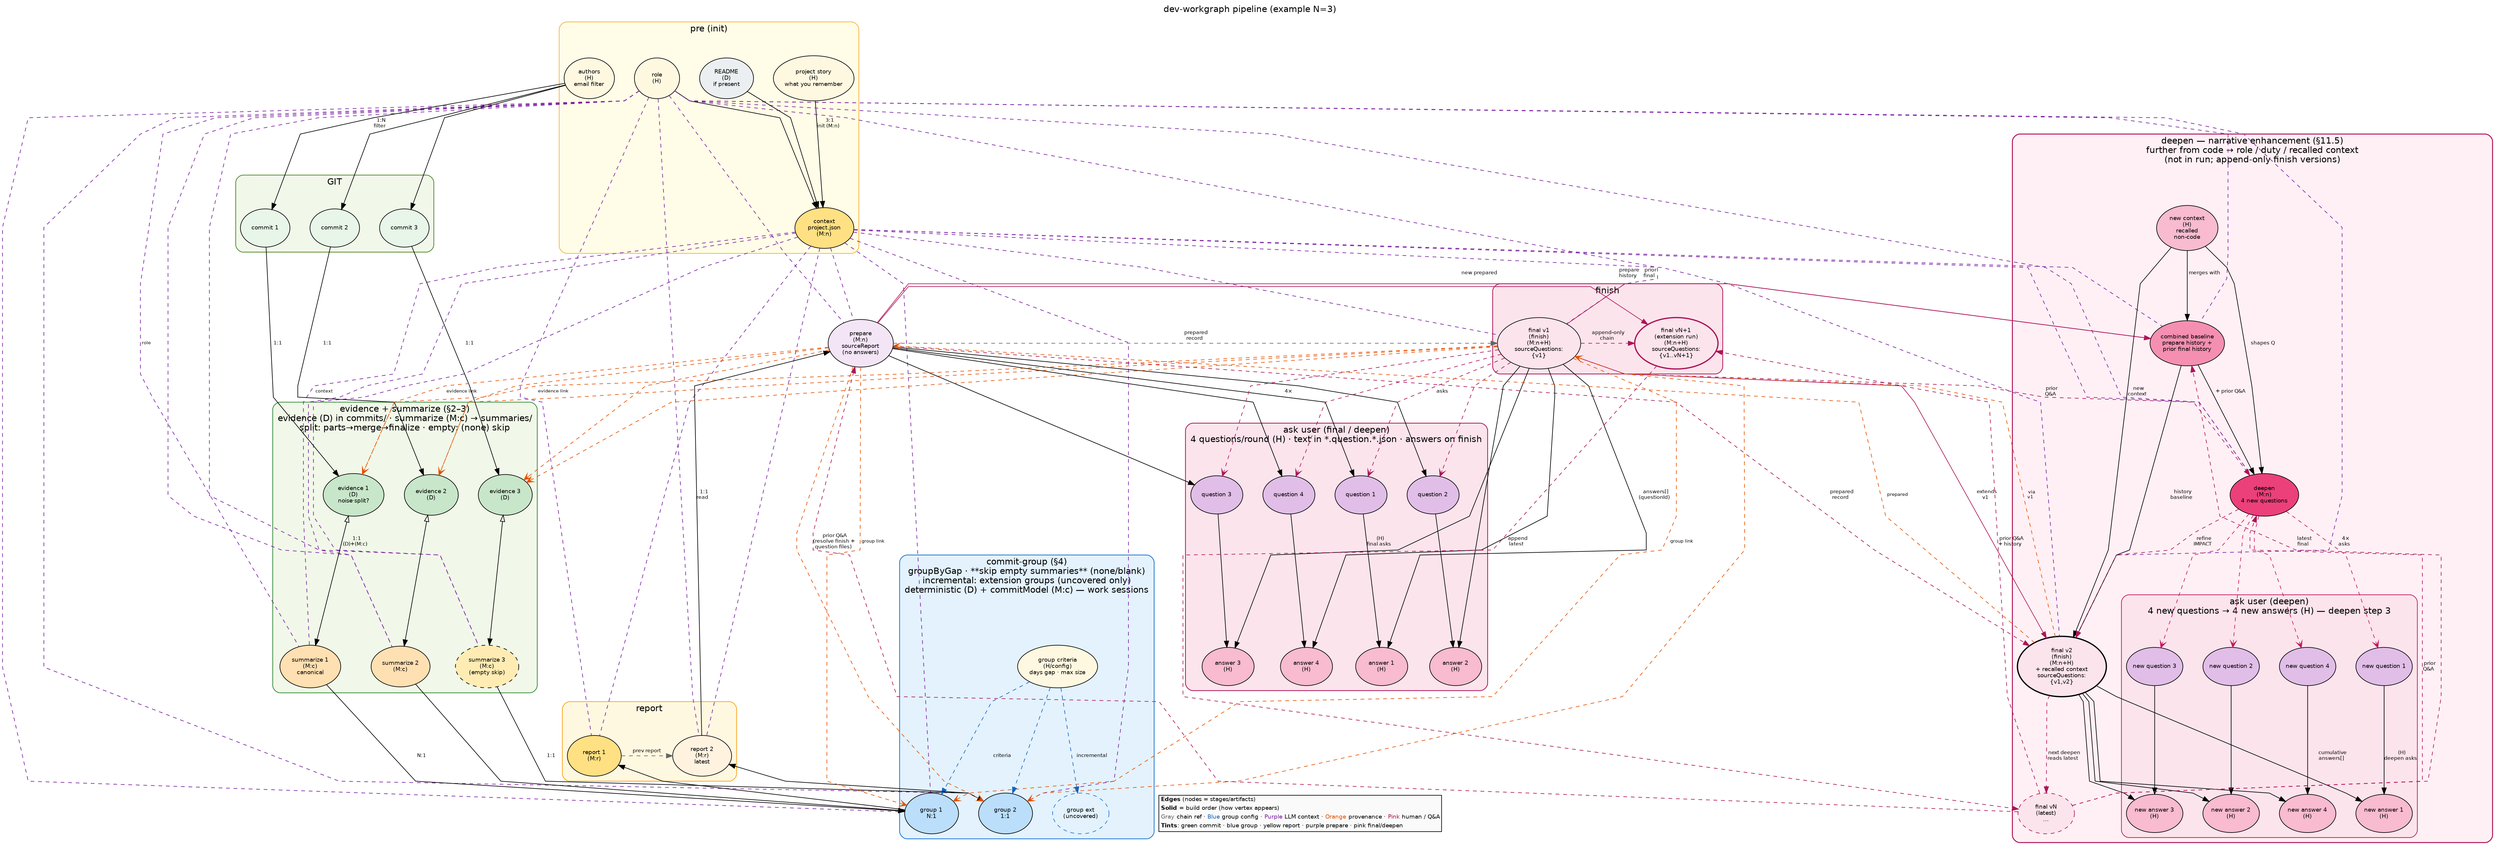
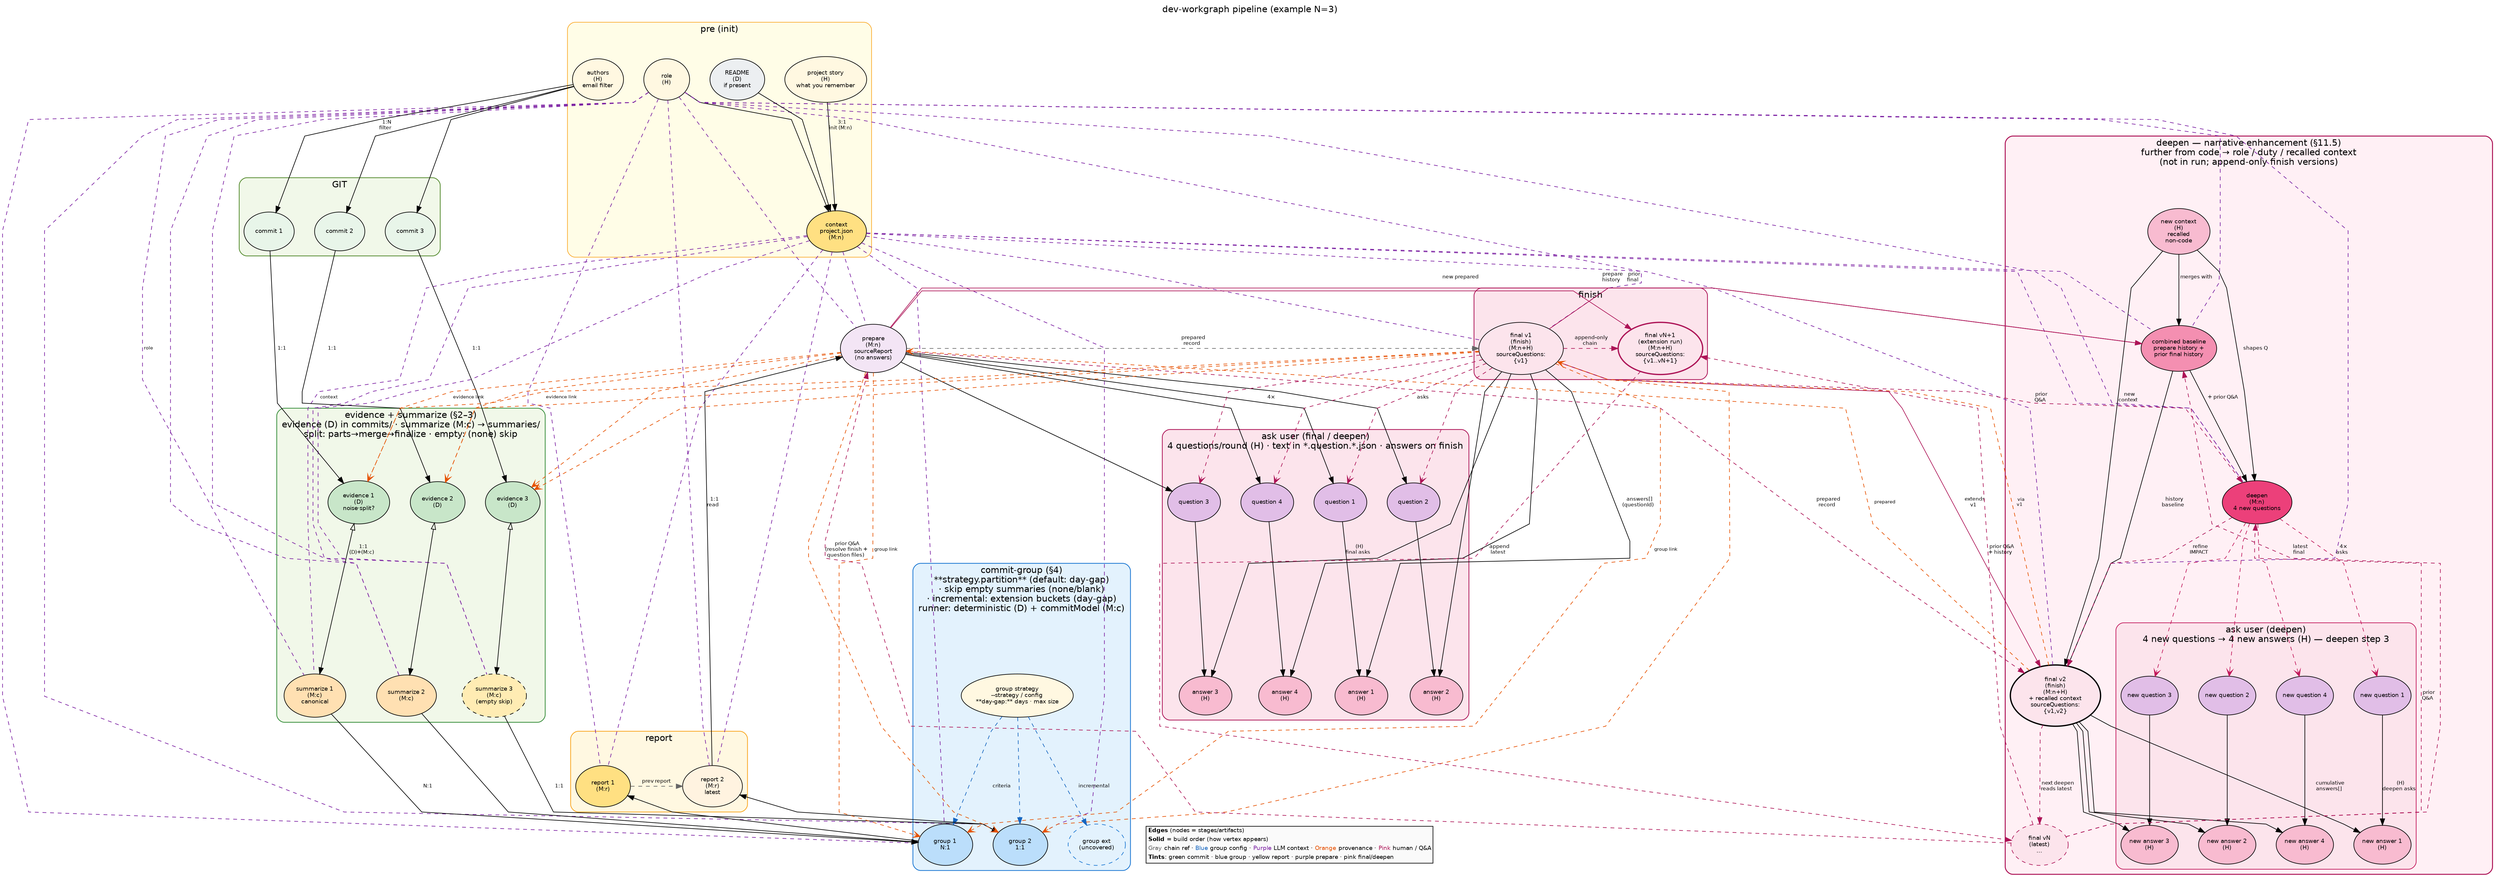
// dev-workgraph — pipeline graph (Graphviz)
//
// Render:
//   dot -Tpng uml/pipeline-graph.dot -o uml/pipeline-graph.png
//   dot -Tsvg uml/pipeline-graph.dot -o uml/pipeline-graph.svg

digraph pipeline {
  graph [
    rankdir=TB
    splines=polyline
    nodesep=0.45
    ranksep=0.75
    fontname="Helvetica"
    label="dev-workgraph pipeline (example N=3)"
    labelloc=t
  ]

  node [
    shape=ellipse
    style=filled
    fontname="Helvetica"
    fontsize=9
  ]

  edge [fontname="Helvetica" fontsize=8]

  // ── pre: human inputs → context (init) ──────────────────────────────

  subgraph cluster_pre {
    label="pre (init)"
    style=rounded
    color="#F9A825"
    bgcolor="#FFFDE7"

    v_story  [label="project story\n(H)\nwhat you remember" fillcolor="#FFF8E1" width=1.5 height=1.0]
    v_role   [label="role\n(H)" fillcolor="#FFF8E1" width=1.0 height=0.9]
    v_readme [label="README\n(D)\nif present" fillcolor="#ECEFF1" width=1.2 height=0.9]
    v_auth   [label="authors\n(H)\nemail filter" fillcolor="#FFF8E1" width=1.0 height=0.9]

    v_context [label="context\nproject.json\n(M:n)" fillcolor="#FFE082" width=1.3 height=0.9]

    { rank=same; v_story; v_role; v_readme; v_auth; }

    v_story  -> v_context [label=" 3:1\ninit (M:n) "]
    v_role   -> v_context
    v_readme -> v_context
  }

  // ── GIT: filtered commits (authors → 1:N) ─────────────────────────────

  subgraph cluster_git {
    label="GIT"
    style=rounded
    color="#558B2F"
    bgcolor="#F1F8E9"
    penwidth=1.2

    v_c1 [label="commit 1" fillcolor="#E8F5E9" width=1.1 height=0.85]
    v_c2 [label="commit 2" fillcolor="#E8F5E9" width=1.1 height=0.85]
    v_c3 [label="commit 3" fillcolor="#E8F5E9" width=1.1 height=0.85]

    { rank=same; v_c1; v_c2; v_c3; }
  }

  v_auth -> v_c1 [label=" 1:N\nfilter "]
  v_auth -> v_c2
  v_auth -> v_c3

  // ── per commit: evidence (D) + summarize (M:c) ───────────────────────

  subgraph cluster_commit_layer {
    label="evidence + summarize (§2–3)\nevidence (D) in commits/ · summarize (M:c) → summaries/\nsplit: parts→merge→finalize · empty: (none) skip"
    style=rounded
    color="#388E3C"
    bgcolor="#F1F8E9"
    penwidth=1.2

    v_e1 [label="evidence 1\n(D)\nnoise·split?" fillcolor="#C8E6C9" width=1.35 height=0.95]
    v_e2 [label="evidence 2\n(D)" fillcolor="#C8E6C9" width=1.2 height=0.9]
    v_e3 [label="evidence 3\n(D)" fillcolor="#C8E6C9" width=1.2 height=0.9]

    { rank=same; v_e1; v_e2; v_e3; }

    v_s1 [label="summarize 1\n(M:c)\ncanonical" fillcolor="#FFE0B2" width=1.35 height=0.95]
    v_s2 [label="summarize 2\n(M:c)" fillcolor="#FFE0B2" width=1.3 height=0.9]
    v_s3 [label="summarize 3\n(M:c)\n(empty skip)" fillcolor="#FFECB3" width=1.4 height=0.95 style="filled,dashed"]

    { rank=same; v_s1; v_s2; v_s3; }

    v_e1 -> v_s1 [label=" 1:1\n(D)+(M:c) ", dir=both arrowhead=normal arrowtail=onormal]
    v_e2 -> v_s2 [dir=both arrowhead=normal arrowtail=onormal]
    v_e3 -> v_s3 [dir=both arrowhead=normal arrowtail=onormal]
  }

  v_c1 -> v_e1 [label=" 1:1 "]
  v_c2 -> v_e2 [label=" 1:1 "]
  v_c3 -> v_e3 [label=" 1:1 "]

  // ── commit-group: group commits by criteria → work sessions ────────

  subgraph cluster_groups {
-     label="commit-group (§4)\ngroupByGap · **skip empty summaries** (none/blank)\nincremental: extension groups (uncovered only)\ndeterministic (D) + commitModel (M:c) — work sessions"
+     label="commit-group (§4)\n**strategy.partition** (default: day-gap)\n· skip empty summaries (none/blank)\n· incremental: extension buckets (day-gap)\nrunner: deterministic (D) + commitModel (M:c)"
    style=rounded
    color="#1976D2"
    bgcolor="#E3F2FD"
    penwidth=1.2

-     v_gcrit [label="group criteria\n(H/config)\ndays gap · max size" fillcolor="#FFF8E1" width=1.35 height=0.95]
+     v_gcrit [label="group strategy\n--strategy / config\n**day-gap:** days · max size" fillcolor="#FFF8E1" width=1.45 height=0.95]

    v_g1 [label="group 1\nN:1" fillcolor="#BBDEFB" width=1.2 height=0.9]
    v_g2 [label="group 2\n1:1" fillcolor="#BBDEFB" width=1.2 height=0.9]
    v_gext [label="group ext\n(uncovered)" fillcolor="#E3F2FD" width=1.25 height=0.9 style="filled,dashed" color="#1976D2"]

    { rank=same; v_g1; v_g2; v_gext; }

    v_gcrit -> v_g1 [label=" criteria ", style=dashed color="#1565C0"]
    v_gcrit -> v_g2 [style=dashed color="#1565C0"]
    v_gcrit -> v_gext [label=" incremental ", style=dashed color="#1565C0"]
  }

  v_s1 -> v_g1 [label=" N:1 "]
  v_s2 -> v_g1
  v_s3 -> v_g2 [label=" 1:1 "]

  // ── report fold: groups → report chain ────────────────────────────────

  subgraph cluster_reports {
    label="report"
    style=rounded
    color="#F9A825"
    bgcolor="#FFF8E1"
    penwidth=1.2

    v_r1 [label="report 1\n(M:r)" fillcolor="#FFE082" width=1.2 height=0.9]
    v_r2 [label="report 2\n(M:r)\nlatest" fillcolor="#FFF3E0" width=1.3 height=0.9]

    { rank=same; v_r1; v_r2; }

    v_r1 -> v_r2 [label=" prev report ", style=dashed color="#666666"]
  }

  v_g1 -> v_r1 [label=" init\n1:1 "]
  v_g2 -> v_r2 [label=" merge\n1:1 "]

  // ── prepare → 4 questions → 4 answers (H) → final ─────────────────

  v_prep [label="prepare\n(M:n)\nsourceReport\n(no answers)" fillcolor="#F3E5F5" width=1.45 height=1.05]

  v_r2 -> v_prep [label=" 1:1\nread "]

  subgraph cluster_ask_final {
    label="ask user (final / deepen)\n4 questions/round (H) · text in *.question.*.json · answers on finish"
    style=rounded
    color="#AD1457"
    bgcolor="#FCE4EC"
    penwidth=1.2

    v_q1 [label="question 1" fillcolor="#E1BEE7" width=1.15 height=0.85]
    v_q2 [label="question 2" fillcolor="#E1BEE7" width=1.15 height=0.85]
    v_q3 [label="question 3" fillcolor="#E1BEE7" width=1.15 height=0.85]
    v_q4 [label="question 4" fillcolor="#E1BEE7" width=1.15 height=0.85]

    { rank=same; v_q1; v_q2; v_q3; v_q4; }

    v_a1 [label="answer 1\n(H)" fillcolor="#F8BBD0" width=1.15 height=0.85]
    v_a2 [label="answer 2\n(H)" fillcolor="#F8BBD0" width=1.15 height=0.85]
    v_a3 [label="answer 3\n(H)" fillcolor="#F8BBD0" width=1.15 height=0.85]
    v_a4 [label="answer 4\n(H)" fillcolor="#F8BBD0" width=1.15 height=0.85]

    { rank=same; v_a1; v_a2; v_a3; v_a4; }

    v_q1 -> v_a1 [label=" (H)\nfinal asks "]
    v_q2 -> v_a2
    v_q3 -> v_a3
    v_q4 -> v_a4
  }

  v_prep -> v_q1 [label=" 4× "]
  v_prep -> v_q2
  v_prep -> v_q3
  v_prep -> v_q4

  subgraph cluster_finish {
    label="finish"
    style=rounded
    color="#AD1457"
    bgcolor="#FCE4EC"
    penwidth=1.2

    v_fin [label="final v1\n(finish)\n(M:n+H)\nsourceQuestions:\n{v1}" fillcolor="#FCE4EC" width=1.45 height=1.1]
    v_fext [label="final vN+1\n(extension run)\n(M:n+H)\nsourceQuestions:\n{v1..vN+1}" fillcolor="#FCE4EC" width=1.55 height=1.1 penwidth=2 color="#AD1457"]

    { rank=same; v_fin; v_fext; }

    v_fin -> v_fext [label=" append-only\nchain ", style=dashed color="#AD1457"]
  }

  v_prep -> v_fin [label=" prepared\nrecord ", style=dashed color="#666666"]

  v_fin -> v_a1 [label=" answers[]\n(questionId) "]
  v_fin -> v_a2
  v_fin -> v_a3
  v_fin -> v_a4

  v_fin -> v_q1 [label=" asks ", style=dashed color="#AD1457" arrowhead=open]
  v_fin -> v_q2 [style=dashed color="#AD1457" arrowhead=open]
  v_fin -> v_q3 [style=dashed color="#AD1457" arrowhead=open]
  v_fin -> v_q4 [style=dashed color="#AD1457" arrowhead=open]

  // ── deepen: narrative enhancement — further from code → role / duty ─

  subgraph cluster_deepen {
    label="deepen — narrative enhancement (§11.5)\nfurther from code → role / duty / recalled context\n(not in run; append-only finish versions)"
    style=rounded
    color="#AD1457"
    bgcolor="#FFF0F5"
    penwidth=1.5

    v_recall [label="new context\n(H)\nrecalled\nnon-code" fillcolor="#F8BBD0" width=1.35 height=1.0]

    v_combine [label="combined baseline\nprepare history +\nprior final history" fillcolor="#F48FB1" width=1.55 height=1.0]

    v_deepen [label="deepen\n(M:n)\n4 new questions" fillcolor="#EC407A" width=1.35 height=0.95]

    subgraph cluster_ask_deepen {
      label="ask user (deepen)\n4 new questions → 4 new answers (H) — deepen step 3"
      style=rounded
      color="#C2185B"
      bgcolor="#FCE4EC"
      penwidth=1.1

      v_nq1 [label="new question 1" fillcolor="#E1BEE7" width=1.2 height=0.85]
      v_nq2 [label="new question 2" fillcolor="#E1BEE7" width=1.2 height=0.85]
      v_nq3 [label="new question 3" fillcolor="#E1BEE7" width=1.2 height=0.85]
      v_nq4 [label="new question 4" fillcolor="#E1BEE7" width=1.2 height=0.85]

      { rank=same; v_nq1; v_nq2; v_nq3; v_nq4; }

      v_na1 [label="new answer 1\n(H)" fillcolor="#F8BBD0" width=1.2 height=0.85]
      v_na2 [label="new answer 2\n(H)" fillcolor="#F8BBD0" width=1.2 height=0.85]
      v_na3 [label="new answer 3\n(H)" fillcolor="#F8BBD0" width=1.2 height=0.85]
      v_na4 [label="new answer 4\n(H)" fillcolor="#F8BBD0" width=1.2 height=0.85]

      { rank=same; v_na1; v_na2; v_na3; v_na4; }

      v_nq1 -> v_na1 [label=" (H)\ndeepen asks "]
      v_nq2 -> v_na2
      v_nq3 -> v_na3
      v_nq4 -> v_na4
    }

    v_fin2 [label="final v2\n(finish)\n(M:n+H)\n+ recalled context\nsourceQuestions:\n{v1,v2}" fillcolor="#FCE4EC" width=1.55 height=1.15 penwidth=2]
    v_finN [label="final vN\n(latest)\n…" fillcolor="#FCE4EC" width=1.25 height=0.9 style="filled,dashed" color="#AD1457"]

    v_recall -> v_combine [label=" merges with "]
    v_combine -> v_deepen [label=" + prior Q&A "]
    v_recall -> v_deepen [label=" shapes Q "]

    v_deepen -> v_nq1 [label=" 4×\nasks ", style=dashed color="#C2185B" arrowhead=open]
    v_deepen -> v_nq2 [style=dashed color="#C2185B" arrowhead=open]
    v_deepen -> v_nq3 [style=dashed color="#C2185B" arrowhead=open]
    v_deepen -> v_nq4 [style=dashed color="#C2185B" arrowhead=open]

    v_combine -> v_fin2 [label=" history\nbaseline "]
    v_recall -> v_fin2 [label=" new\ncontext "]
    v_deepen -> v_fin2 [label=" refine\nIMPACT " style=dashed color="#AD1457"]
    v_fin2 -> v_na1 [label=" cumulative\nanswers[] "]
    v_fin2 -> v_na2
    v_fin2 -> v_na3
    v_fin2 -> v_na4

    v_fin2 -> v_finN [label=" next deepen\nreads latest ", style=dashed color="#AD1457"]

    v_finN -> v_combine [label=" latest\nfinal ", style=dashed color="#AD1457" constraint=false]
    v_finN -> v_deepen [label=" prior\nQ&A ", style=dashed color="#AD1457" constraint=false]
  }


  // prepare + final v1 feed the deepen cluster (no new code paths)
  v_finN -> v_fext [label=" prior Q&A\n+ history ", color="#AD1457" style=dashed]
  v_prep -> v_fext [label=" new prepared ", color="#AD1457"]
  v_fext -> v_finN [label=" append\nlatest ", color="#AD1457" style=dashed constraint=false]

  v_prep -> v_combine [label=" prepare\nhistory ", color="#AD1457"]
  v_fin -> v_combine [label=" prior\nfinal ", color="#AD1457"]
  v_fin -> v_deepen [label=" prior\nQ&A ", color="#AD1457" style=dashed]
  v_finN -> v_prep [label=" prior Q&A\n(resolve finish +\nquestion files) ", style=dashed color="#AD1457" constraint=false]
  v_prep -> v_fin2 [label=" prepared\nrecord ", style=dashed color="#AD1457"]
  v_fin -> v_fin2 [label=" extends\nv1 ", color="#AD1457"]

  // ── provenance: prepare + final keep links to groups and evidence ───

  {
    edge [
      style=dashed
      color="#E65100"
      arrowhead=open
      fontsize=7
    ]

    // prepare: via latest report (sourceGroups, historySource, groupCount)
    v_prep -> v_g1 [label=" group link "]
    v_prep -> v_g2
    v_prep -> v_e1 [label=" evidence link "]
    v_prep -> v_e2
    v_prep -> v_e3

    // final v1 (finish.json): sourceReport + sourcePrepared → same chain
    v_fin -> v_g1 [label=" group link "]
    v_fin -> v_g2
    v_fin -> v_e1 [label=" evidence link "]
    v_fin -> v_e2
    v_fin -> v_e3

    // final v2+ inherits code provenance only via prior finish (no new code reads)
    v_fin2 -> v_fin [label=" via\nv1 "]
    v_fin2 -> v_prep [label=" prepared "]
  }

  // ── context + role → every LLM stage (project context block) ────────

  {
    edge [
      style=dashed
      color="#7B1FA2"
      arrowhead=none
      fontsize=7
    ]

    v_context -> v_s1 [label=" context "]
    v_context -> v_s2
    v_context -> v_s3
    v_context -> v_g1
    v_context -> v_g2
    v_context -> v_r1
    v_context -> v_r2
    v_context -> v_prep
    v_context -> v_fin
    v_context -> v_combine
    v_context -> v_deepen
    v_context -> v_fin2

    v_role -> v_s1 [label=" role "]
    v_role -> v_s2
    v_role -> v_s3
    v_role -> v_g1
    v_role -> v_g2
    v_role -> v_r1
    v_role -> v_r2
    v_role -> v_prep
    v_role -> v_fin
    v_role -> v_combine
    v_role -> v_deepen
    v_role -> v_fin2
  }

  // ── legend: bottom-left, content-sized (no cluster — cluster stretched to full graph width) ──

  legend_compact [
    shape=plaintext
    margin=0
    label=<
      <TABLE BORDER="1" CELLBORDER="0" CELLPADDING="2" CELLSPACING="0" BGCOLOR="#FAFAFA">
        <TR><TD ALIGN="LEFT"><B>Edges</B> (nodes = stages/artifacts)</TD></TR>
        <TR><TD ALIGN="LEFT"><B>Solid</B> = build order (how vertex appears)</TD></TR>
        <TR><TD ALIGN="LEFT"><FONT COLOR="#666666">Gray</FONT> chain ref · <FONT COLOR="#1565C0">Blue</FONT> group config · <FONT COLOR="#7B1FA2">Purple</FONT> LLM context · <FONT COLOR="#E65100">Orange</FONT> provenance · <FONT COLOR="#AD1457">Pink</FONT> human / Q&amp;A</TD></TR>
        <TR><TD ALIGN="LEFT"><B>Tints</B>: green commit · blue group · yellow report · purple prepare · pink final/deepen</TD></TR>
      </TABLE>
    >
  ]

  { rank=sink; legend_compact; }
  v_gcrit -> legend_compact [style=invis weight=10 minlen=1]
}
